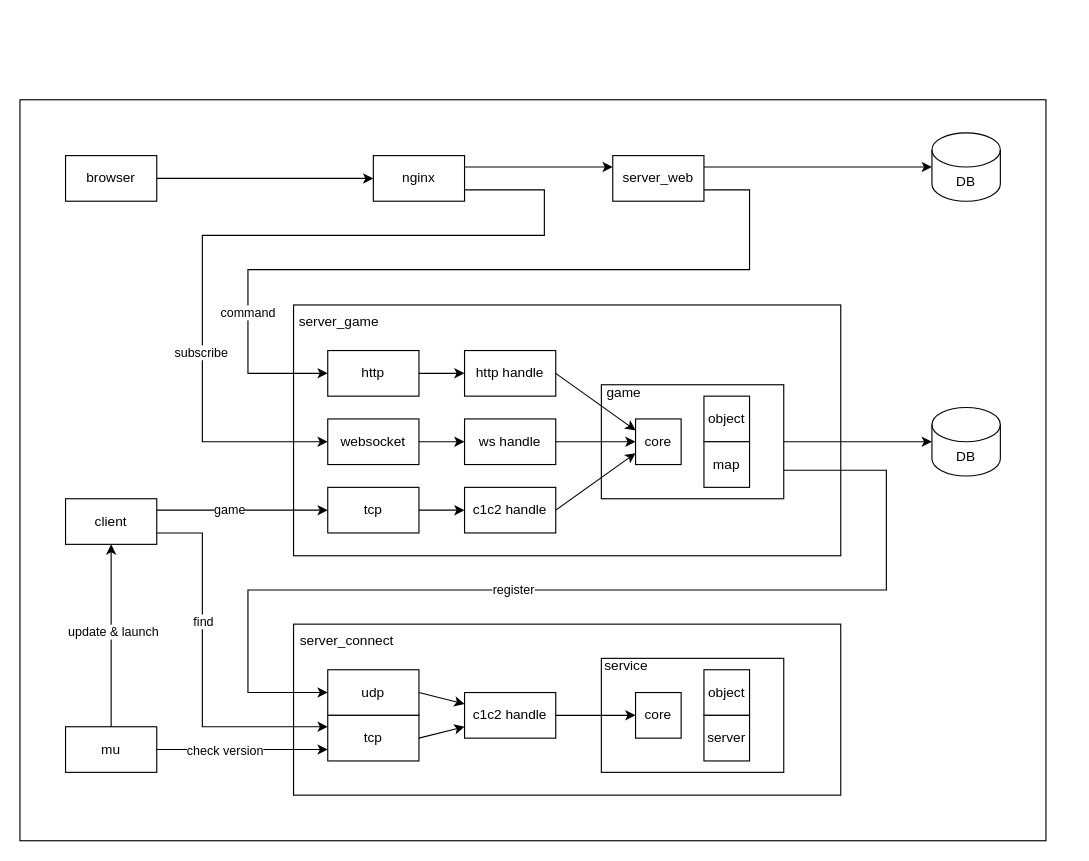
Before: docs/system.drawio in xujintao/balgass, a draw.io diagram. Source tidied: cells renumbered, new cells numbered last; positions are measured from the earlier drawing's top-left corner, leaving out a move shared by most shapes. Both pictures are drawn from the tidied source at 114%, with x=0, y=0 at pixel (19, 99).
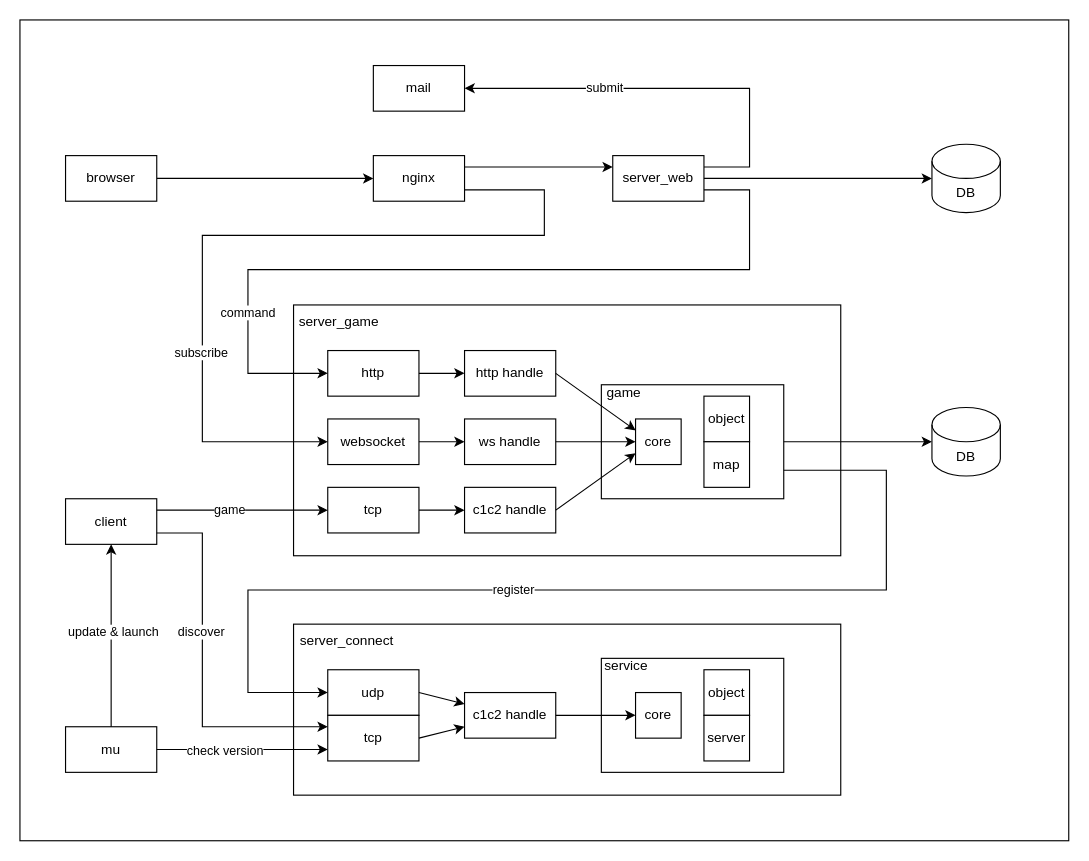
After the change.

Commit message (it also covers changes not shown here):
balgass/chore: update system image to enhance visual representation

Unchanged cells that the change refers to:
```xml
<mxCell id="17" value="server_web" style="rounded=0;whiteSpace=wrap;html=1;" parent="1" vertex="1">
  <mxGeometry x="520" y="49" width="80" height="40" as="geometry" />
</mxCell>
<mxCell id="58" style="endArrow=classic;html=1;rounded=0;exitX=1;exitY=0.75;exitDx=0;exitDy=0;entryX=0;entryY=0.25;entryDx=0;entryDy=0;" parent="1" edge="1" source="21" target="45">
  <mxGeometry relative="1" as="geometry">
    <Array as="points">
      <mxPoint x="160" y="380" />
      <mxPoint x="160" y="550" />
    </Array>
  </mxGeometry>
</mxCell>
```

The edit, as a diff of the source:
```diff
@@
     <mxCell id="2" style="rounded=0;whiteSpace=wrap;html=1;" parent="1" vertex="1">
-      <mxGeometry width="900" height="650" as="geometry" />
+      <mxGeometry y="-70" width="920" height="720" as="geometry" />
     </mxCell>
@@
     <mxCell id="18" value="DB" style="shape=cylinder3;whiteSpace=wrap;html=1;boundedLbl=1;backgroundOutline=1;size=15;" parent="1" vertex="1">
-      <mxGeometry x="800" y="29" width="60" height="60" as="geometry" />
+      <mxGeometry x="800" y="39" width="60" height="60" as="geometry" />
     </mxCell>
@@
-    <mxCell id="27" style="endArrow=classic;html=1;rounded=0;entryX=0;entryY=0.5;entryDx=0;entryDy=0;entryPerimeter=0;exitX=1;exitY=0.25;exitDx=0;exitDy=0;" parent="1" edge="1" source="17" target="18">
+    <mxCell id="27" style="endArrow=classic;html=1;rounded=0;entryX=0;entryY=0.5;entryDx=0;entryDy=0;entryPerimeter=0;exitX=1;exitY=0.5;exitDx=0;exitDy=0;" parent="1" edge="1" source="17" target="18">
       <mxGeometry relative="1" as="geometry" />
     </mxCell>
@@
-    <mxCell id="59" value="find" style="edgeLabel;html=1;align=center;verticalAlign=middle;" parent="58" vertex="1">
-      <mxGeometry x="-0.48" y="-1" relative="1" as="geometry">
-        <mxPoint x="1" y="34" as="offset" />
-      </mxGeometry>
-    </mxCell>
+    <mxCell id="60" value="discover" style="edgeLabel;html=1;align=center;verticalAlign=middle;" parent="58" vertex="1">
+      <mxGeometry x="-0.21" y="-2" relative="1" as="geometry" />
+    </mxCell>
+    <mxCell id="61" value="mail" style="rounded=0;whiteSpace=wrap;html=1;" parent="1" vertex="1">
+      <mxGeometry x="310" y="-30" width="80" height="40" as="geometry" />
+    </mxCell>
+    <mxCell id="62" style="endArrow=classic;html=1;rounded=0;entryX=1;entryY=0.5;entryDx=0;entryDy=0;exitX=1;exitY=0.25;exitDx=0;exitDy=0;" parent="1" edge="1" source="17" target="61">
+      <mxGeometry relative="1" as="geometry">
+        <Array as="points">
+          <mxPoint x="640" y="59" />
+          <mxPoint x="640" y="-10" />
+        </Array>
+      </mxGeometry>
+    </mxCell>
+    <mxCell id="63" value="submit" style="edgeLabel;html=1;align=center;verticalAlign=middle;" parent="62" vertex="1">
+      <mxGeometry x="0.32" relative="1" as="geometry">
+        <mxPoint y="-1" as="offset" />
+      </mxGeometry>
+    </mxCell>
```
